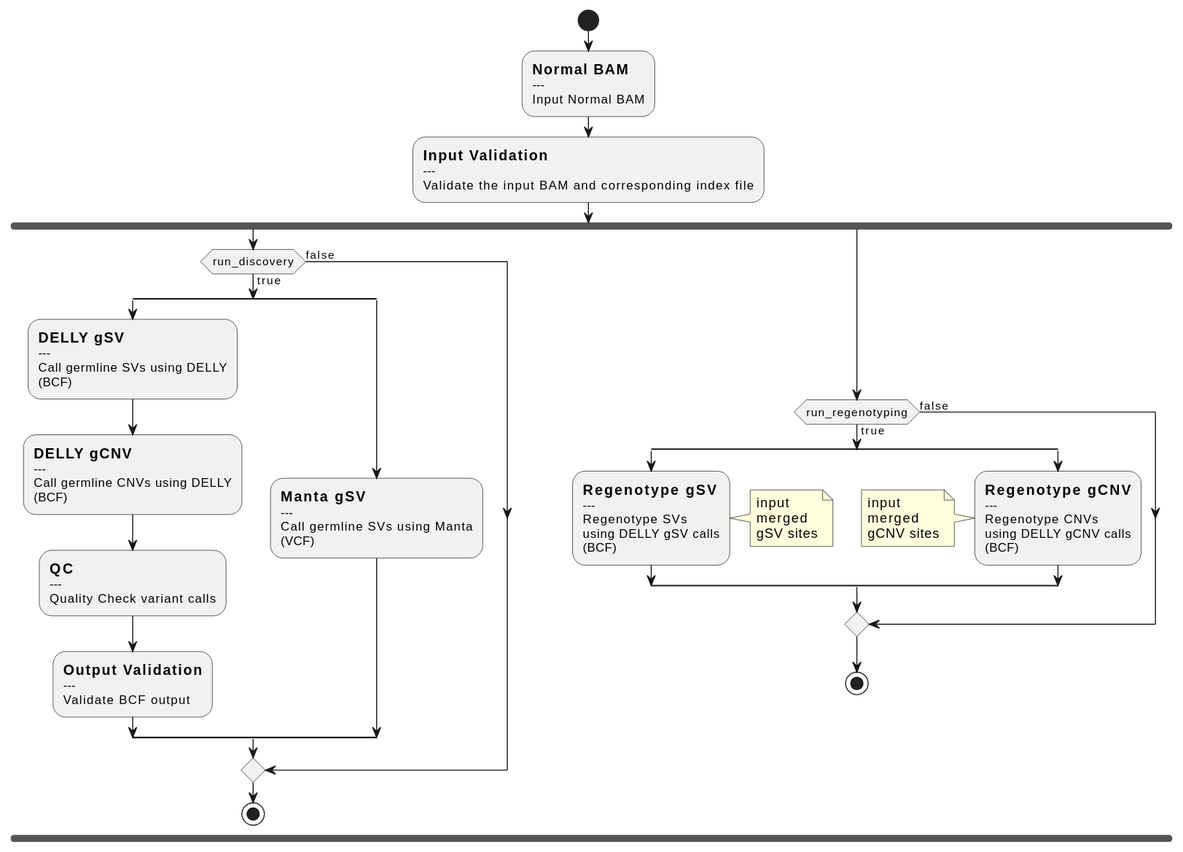
The PlantUML diagram docs/call-gSV.svg in uclahs-cds/pipeline-call-gSV, before a commit.
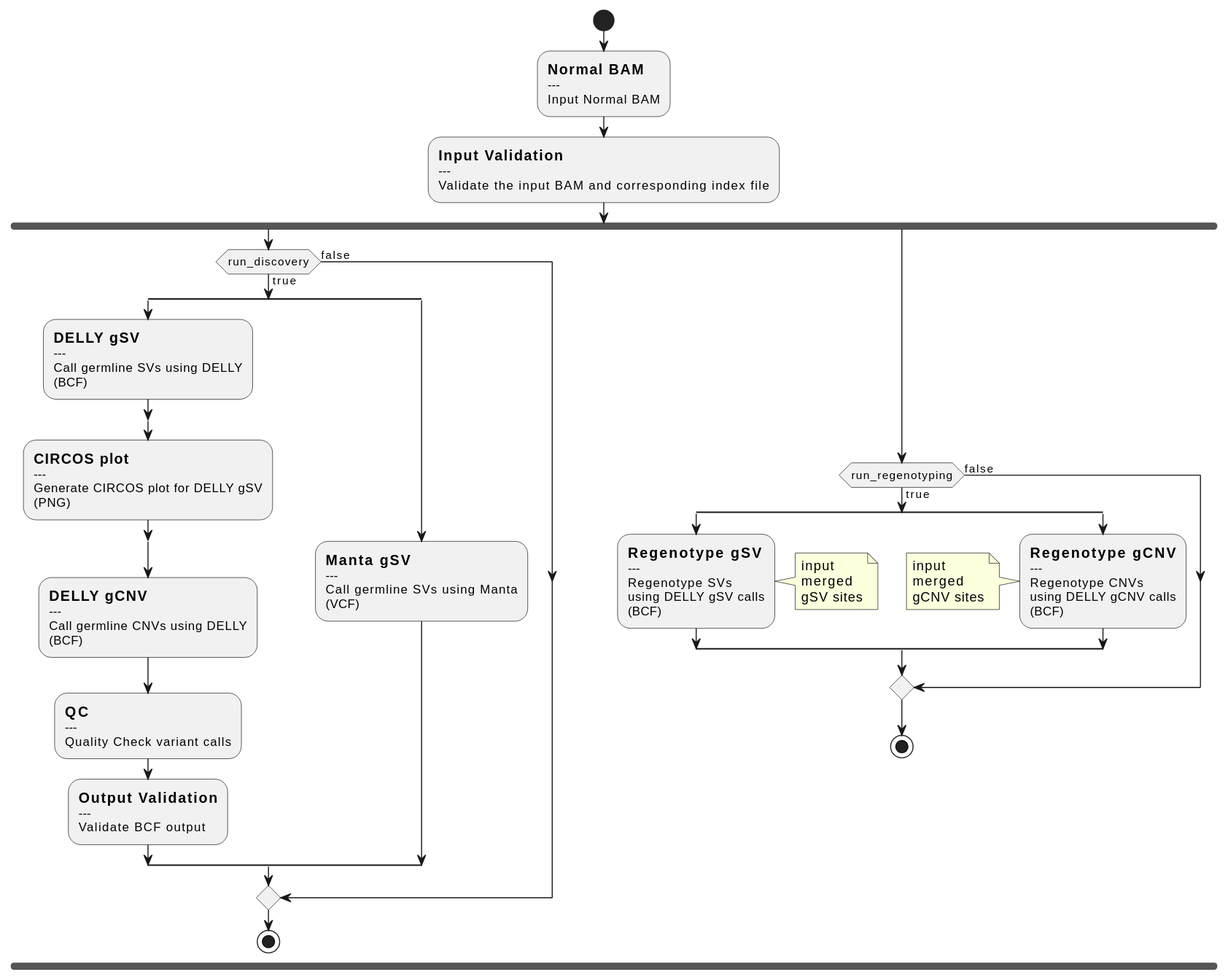
After the change.

Diff of the diagram source:
```diff
@@ -16,6 +16,12 @@
         ---
         Call germline SVs using DELLY
         (BCF);
+        split
+            :==CIRCOS plot
+            ---
+            Generate CIRCOS plot for DELLY gSV
+            (PNG);
+        end split
         :==DELLY gCNV
         ---
         Call germline CNVs using DELLY
```
